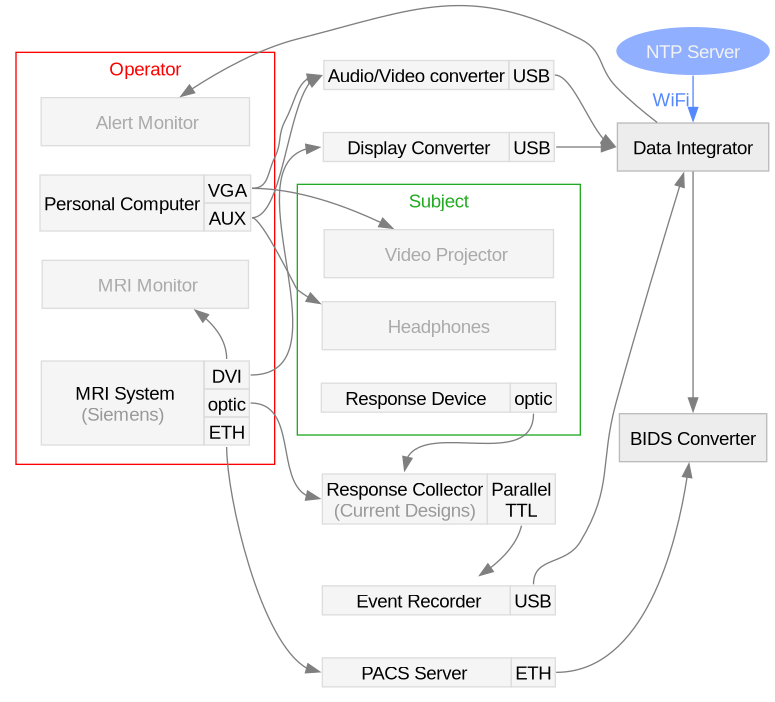
This is docs/environment.png from ReproNim/reprostim, a Graphviz export, as it was before one commit. Its source is kept beside it as docs/environment.dot.
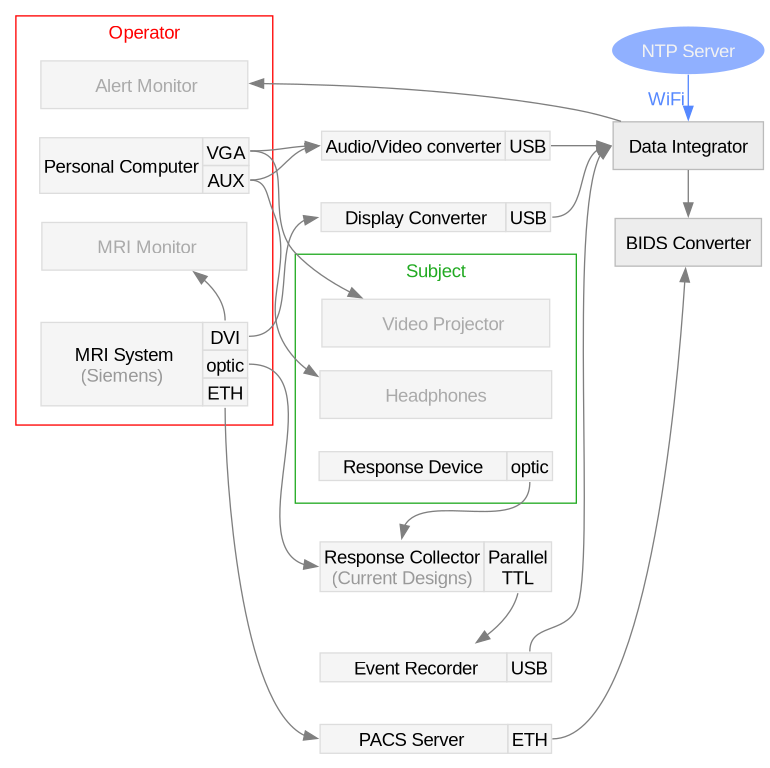
After the change.

Commit message:
Figure style improvements

The edit, as a diff of the source:
```diff
@@ -131,17 +131,17 @@
     mri:optic -> rec:a;
     res:optic -> rec:a;
     rec:ttl -> eve;
-    eve:usb -> dat;
+    eve:usb -> dat:w;
     mri:dvi:e -> dis:a;
-    per:vga -> aud:a:w;
+    per:vga -> aud:a:w[weight=5];
     per:aux:e -> aud:a:w;
     mri:eth -> pac:a;
     pac:eth:e -> bid;
     dat -> bid;
-    dis:usb -> dat;
+    dis:usb -> dat:w;
     ntp -> dat[label="WiFi   ", color="#5588FF", fontcolor="#5588FF"];
     aud:usb -> dat:w;
-    dat -> ale;
+    dat -> ale[weight=3];
     { rank=same; aud; rec; dis; pac; eve}
     { rank=same; ntp; dat; bid; }
 }
```
